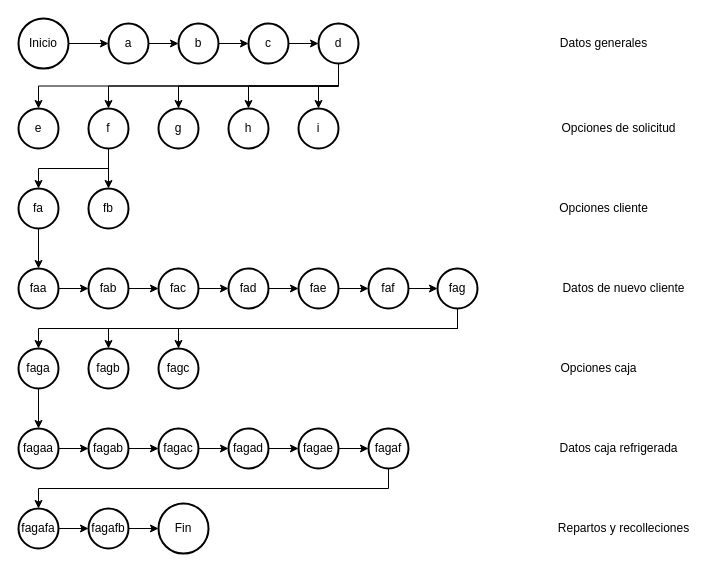
The draw.io diagram EXPRESS/Estados_Chat.drawio in juan-tm/DIAGRAMAS, before the edit. Source tidied: cells renumbered, new cells numbered last; positions are measured from the earlier drawing's top-left corner, leaving out a move shared by most shapes. Both pictures are drawn from the tidied source at 100%, with x=0, y=0 at pixel (18, 18).
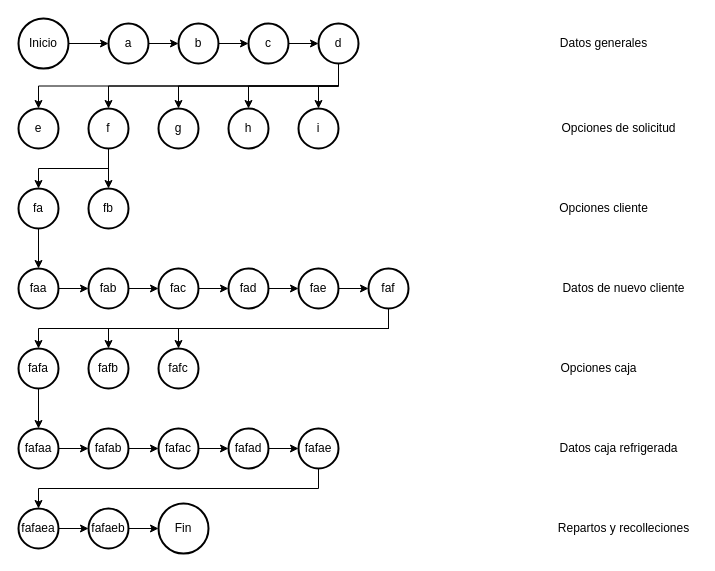
The same diagram, later.

Unchanged cells that the change refers to:
```xml
<mxCell id="33" value="faf" style="strokeWidth=2;html=1;shape=mxgraph.flowchart.start_2;whiteSpace=wrap;" parent="1" vertex="1">
  <mxGeometry x="350" y="250" width="40" height="40" as="geometry" />
</mxCell>
```

Change to the diagram source:
```diff
@@
-    <mxCell id="34" value="fag" style="strokeWidth=2;html=1;shape=mxgraph.flowchart.start_2;whiteSpace=wrap;" parent="1" vertex="1">
-      <mxGeometry x="419" y="250" width="40" height="40" as="geometry" />
-    </mxCell>
-    <mxCell id="35" value="faga" style="strokeWidth=2;html=1;shape=mxgraph.flowchart.start_2;whiteSpace=wrap;" parent="1" vertex="1">
+    <mxCell id="35" value="fafa" style="strokeWidth=2;html=1;shape=mxgraph.flowchart.start_2;whiteSpace=wrap;" parent="1" vertex="1">
       <mxGeometry y="330" width="40" height="40" as="geometry" />
     </mxCell>
-    <mxCell id="36" value="fagb" style="strokeWidth=2;html=1;shape=mxgraph.flowchart.start_2;whiteSpace=wrap;" parent="1" vertex="1">
+    <mxCell id="36" value="fafb" style="strokeWidth=2;html=1;shape=mxgraph.flowchart.start_2;whiteSpace=wrap;" parent="1" vertex="1">
       <mxGeometry x="70" y="330" width="40" height="40" as="geometry" />
     </mxCell>
-    <mxCell id="37" value="fagc" style="strokeWidth=2;html=1;shape=mxgraph.flowchart.start_2;whiteSpace=wrap;" parent="1" vertex="1">
+    <mxCell id="37" value="fafc" style="strokeWidth=2;html=1;shape=mxgraph.flowchart.start_2;whiteSpace=wrap;" parent="1" vertex="1">
       <mxGeometry x="140" y="330" width="40" height="40" as="geometry" />
     </mxCell>
@@
-    <mxCell id="44" style="edgeStyle=orthogonalEdgeStyle;rounded=0;jettySize=auto;html=1;exitX=1;exitY=0.5;exitDx=0;exitDy=0;exitPerimeter=0;entryX=0;entryY=0.5;entryDx=0;entryDy=0;entryPerimeter=0;" parent="1" edge="1" source="33" target="34">
-      <mxGeometry relative="1" as="geometry" />
-    </mxCell>
-    <mxCell id="45" style="edgeStyle=orthogonalEdgeStyle;rounded=0;jettySize=auto;html=1;exitX=0.5;exitY=1;exitDx=0;exitDy=0;exitPerimeter=0;entryX=0.5;entryY=0;entryDx=0;entryDy=0;entryPerimeter=0;" parent="1" edge="1" source="34" target="35">
+    <mxCell id="45" style="edgeStyle=orthogonalEdgeStyle;rounded=0;jettySize=auto;html=1;exitX=0.5;exitY=1;exitDx=0;exitDy=0;exitPerimeter=0;entryX=0.5;entryY=0;entryDx=0;entryDy=0;entryPerimeter=0;" parent="1" edge="1" source="33" target="35">
       <mxGeometry relative="1" as="geometry" />
     </mxCell>
-    <mxCell id="46" style="edgeStyle=orthogonalEdgeStyle;rounded=0;jettySize=auto;html=1;exitX=0.5;exitY=1;exitDx=0;exitDy=0;exitPerimeter=0;entryX=0.5;entryY=0;entryDx=0;entryDy=0;entryPerimeter=0;" parent="1" edge="1" source="34" target="36">
+    <mxCell id="46" style="edgeStyle=orthogonalEdgeStyle;rounded=0;jettySize=auto;html=1;exitX=0.5;exitY=1;exitDx=0;exitDy=0;exitPerimeter=0;entryX=0.5;entryY=0;entryDx=0;entryDy=0;entryPerimeter=0;" parent="1" edge="1" source="33" target="36">
       <mxGeometry relative="1" as="geometry" />
     </mxCell>
-    <mxCell id="47" style="edgeStyle=orthogonalEdgeStyle;rounded=0;jettySize=auto;html=1;exitX=0.5;exitY=1;exitDx=0;exitDy=0;exitPerimeter=0;entryX=0.5;entryY=0;entryDx=0;entryDy=0;entryPerimeter=0;" parent="1" edge="1" source="34" target="37">
+    <mxCell id="47" style="edgeStyle=orthogonalEdgeStyle;rounded=0;jettySize=auto;html=1;exitX=0.5;exitY=1;exitDx=0;exitDy=0;exitPerimeter=0;entryX=0.5;entryY=0;entryDx=0;entryDy=0;entryPerimeter=0;" parent="1" edge="1" source="33" target="37">
       <mxGeometry relative="1" as="geometry" />
     </mxCell>
@@
-    <mxCell id="49" value="fagaa" style="strokeWidth=2;html=1;shape=mxgraph.flowchart.start_2;whiteSpace=wrap;" parent="1" vertex="1">
+    <mxCell id="49" value="fafaa" style="strokeWidth=2;html=1;shape=mxgraph.flowchart.start_2;whiteSpace=wrap;" parent="1" vertex="1">
       <mxGeometry y="410" width="40" height="40" as="geometry" />
     </mxCell>
-    <mxCell id="50" value="fagab" style="strokeWidth=2;html=1;shape=mxgraph.flowchart.start_2;whiteSpace=wrap;" parent="1" vertex="1">
+    <mxCell id="50" value="fafab" style="strokeWidth=2;html=1;shape=mxgraph.flowchart.start_2;whiteSpace=wrap;" parent="1" vertex="1">
       <mxGeometry x="70" y="410" width="40" height="40" as="geometry" />
     </mxCell>
-    <mxCell id="51" value="fagac" style="strokeWidth=2;html=1;shape=mxgraph.flowchart.start_2;whiteSpace=wrap;" parent="1" vertex="1">
+    <mxCell id="51" value="fafac" style="strokeWidth=2;html=1;shape=mxgraph.flowchart.start_2;whiteSpace=wrap;" parent="1" vertex="1">
       <mxGeometry x="140" y="410" width="40" height="40" as="geometry" />
     </mxCell>
-    <mxCell id="52" value="fagad" style="strokeWidth=2;html=1;shape=mxgraph.flowchart.start_2;whiteSpace=wrap;" parent="1" vertex="1">
+    <mxCell id="52" value="fafad" style="strokeWidth=2;html=1;shape=mxgraph.flowchart.start_2;whiteSpace=wrap;" parent="1" vertex="1">
       <mxGeometry x="210" y="410" width="40" height="40" as="geometry" />
     </mxCell>
-    <mxCell id="53" value="fagae" style="strokeWidth=2;html=1;shape=mxgraph.flowchart.start_2;whiteSpace=wrap;" parent="1" vertex="1">
+    <mxCell id="53" value="fafae" style="strokeWidth=2;html=1;shape=mxgraph.flowchart.start_2;whiteSpace=wrap;" parent="1" vertex="1">
       <mxGeometry x="280" y="410" width="40" height="40" as="geometry" />
     </mxCell>
-    <mxCell id="54" value="fagaf" style="strokeWidth=2;html=1;shape=mxgraph.flowchart.start_2;whiteSpace=wrap;" parent="1" vertex="1">
-      <mxGeometry x="350" y="410" width="40" height="40" as="geometry" />
-    </mxCell>
@@
-    <mxCell id="61" style="edgeStyle=orthogonalEdgeStyle;rounded=0;jettySize=auto;html=1;exitX=1;exitY=0.5;exitDx=0;exitDy=0;exitPerimeter=0;entryX=0;entryY=0.5;entryDx=0;entryDy=0;entryPerimeter=0;" parent="1" edge="1" source="53" target="54">
-      <mxGeometry relative="1" as="geometry" />
-    </mxCell>
-    <mxCell id="62" value="fagafa" style="strokeWidth=2;html=1;shape=mxgraph.flowchart.start_2;whiteSpace=wrap;" parent="1" vertex="1">
+    <mxCell id="62" value="fafaea" style="strokeWidth=2;html=1;shape=mxgraph.flowchart.start_2;whiteSpace=wrap;" parent="1" vertex="1">
       <mxGeometry y="490" width="40" height="40" as="geometry" />
     </mxCell>
-    <mxCell id="63" value="fagafb" style="strokeWidth=2;html=1;shape=mxgraph.flowchart.start_2;whiteSpace=wrap;" parent="1" vertex="1">
+    <mxCell id="63" value="fafaeb" style="strokeWidth=2;html=1;shape=mxgraph.flowchart.start_2;whiteSpace=wrap;" parent="1" vertex="1">
       <mxGeometry x="70" y="490" width="40" height="40" as="geometry" />
     </mxCell>
-    <mxCell id="64" style="edgeStyle=orthogonalEdgeStyle;rounded=0;jettySize=auto;html=1;exitX=0.5;exitY=1;exitDx=0;exitDy=0;exitPerimeter=0;entryX=0.5;entryY=0;entryDx=0;entryDy=0;entryPerimeter=0;" parent="1" edge="1" source="54" target="62">
+    <mxCell id="64" style="edgeStyle=orthogonalEdgeStyle;rounded=0;jettySize=auto;html=1;exitX=0.5;exitY=1;exitDx=0;exitDy=0;exitPerimeter=0;entryX=0.5;entryY=0;entryDx=0;entryDy=0;entryPerimeter=0;" parent="1" edge="1" source="53" target="62">
       <mxGeometry relative="1" as="geometry" />
     </mxCell>
```
